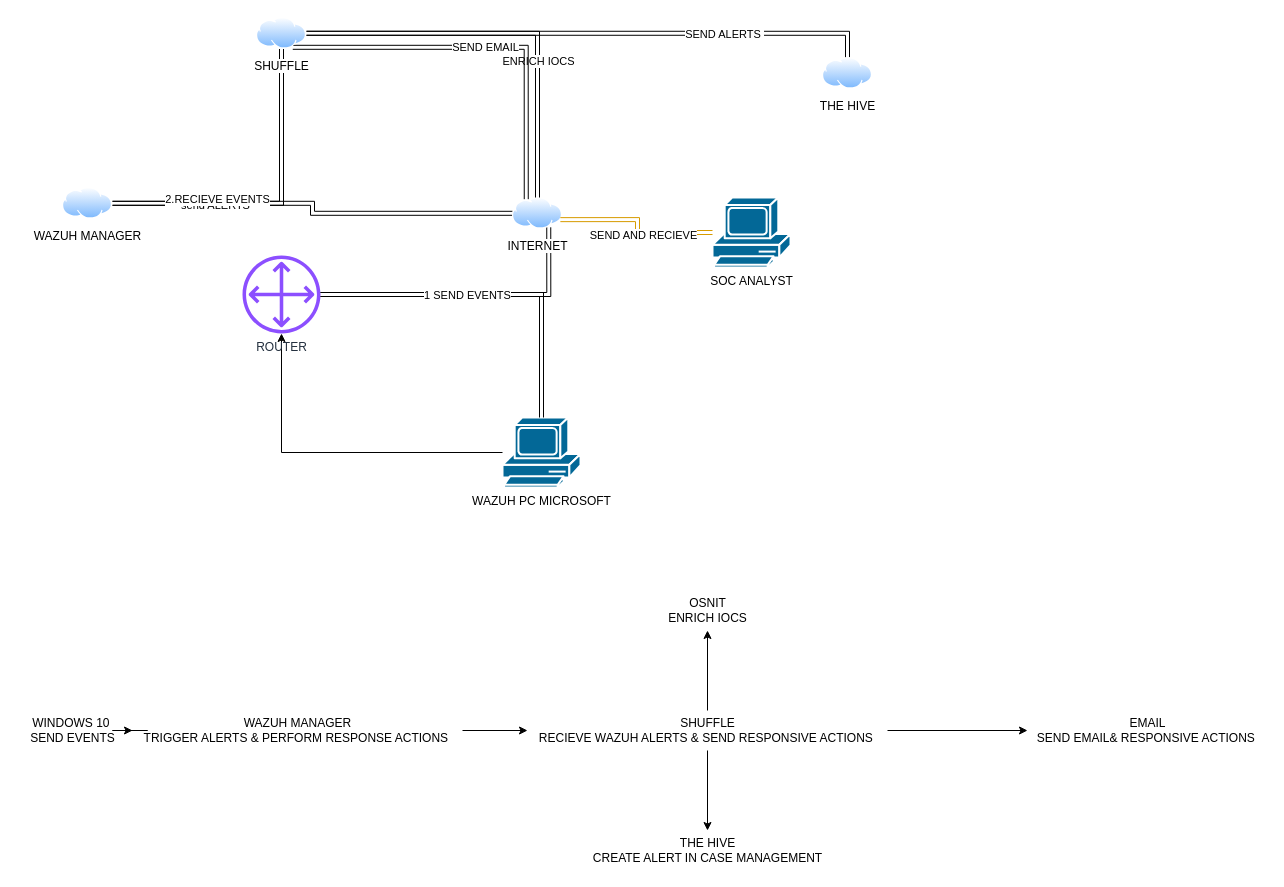
This is HOMELAB.drawio from Seniorcaptain/Detection-lab, a draw.io file, before an edit. Source tidied: cells renumbered, new cells numbered last; positions are measured from the earlier drawing's top-left corner, leaving out a move shared by most shapes. Both pictures are drawn from the tidied source at 100%, with x=0, y=0 at pixel (17, 17).
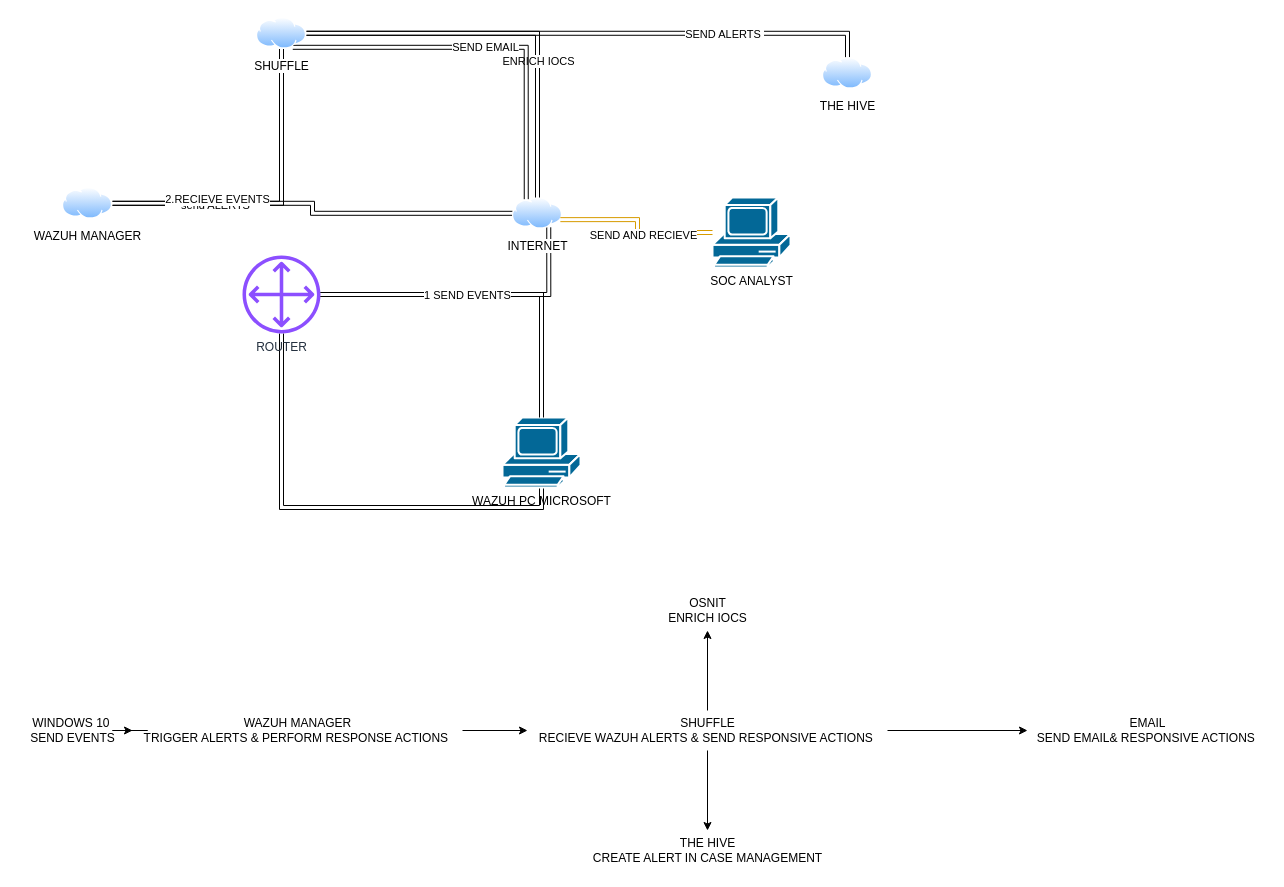
The same diagram, later.

Unchanged cells that the change refers to:
```xml
<mxCell id="3" value="WAZUH PC MICROSOFT&lt;div&gt;&lt;br&gt;&lt;/div&gt;" style="shape=mxgraph.cisco.computers_and_peripherals.pc;html=1;dashed=0;fillColor=#036897;strokeColor=#ffffff;strokeWidth=2;verticalLabelPosition=bottom;verticalAlign=top;align=center;outlineConnect=0;" parent="1" vertex="1">
  <mxGeometry x="485" y="400" width="78" height="70" as="geometry" />
</mxCell>
<mxCell id="5" value="ROUTER" style="sketch=0;outlineConnect=0;fontColor=#232F3E;gradientColor=none;fillColor=#8C4FFF;strokeColor=none;dashed=0;verticalLabelPosition=bottom;verticalAlign=top;align=center;html=1;fontSize=12;fontStyle=0;shape=mxgraph.aws4.customer_gateway;" parent="1" vertex="1">
  <mxGeometry x="225" y="238" width="78" height="78" as="geometry" />
</mxCell>
```

What changed in the source:
```diff
@@
-    <mxCell id="2" style="edgeStyle=orthogonalEdgeStyle;rounded=0;jettySize=auto;html=1;" parent="1" edge="1" source="3" target="5">
-      <mxGeometry relative="1" as="geometry" />
+    <mxCell id="2" style="edgeStyle=orthogonalEdgeStyle;rounded=0;jettySize=auto;html=1;shape=link;" parent="1" edge="1" source="3" target="5">
+      <mxGeometry relative="1" as="geometry">
+        <Array as="points">
+          <mxPoint x="524" y="490" />
+          <mxPoint x="264" y="490" />
+        </Array>
+      </mxGeometry>
     </mxCell>
```
